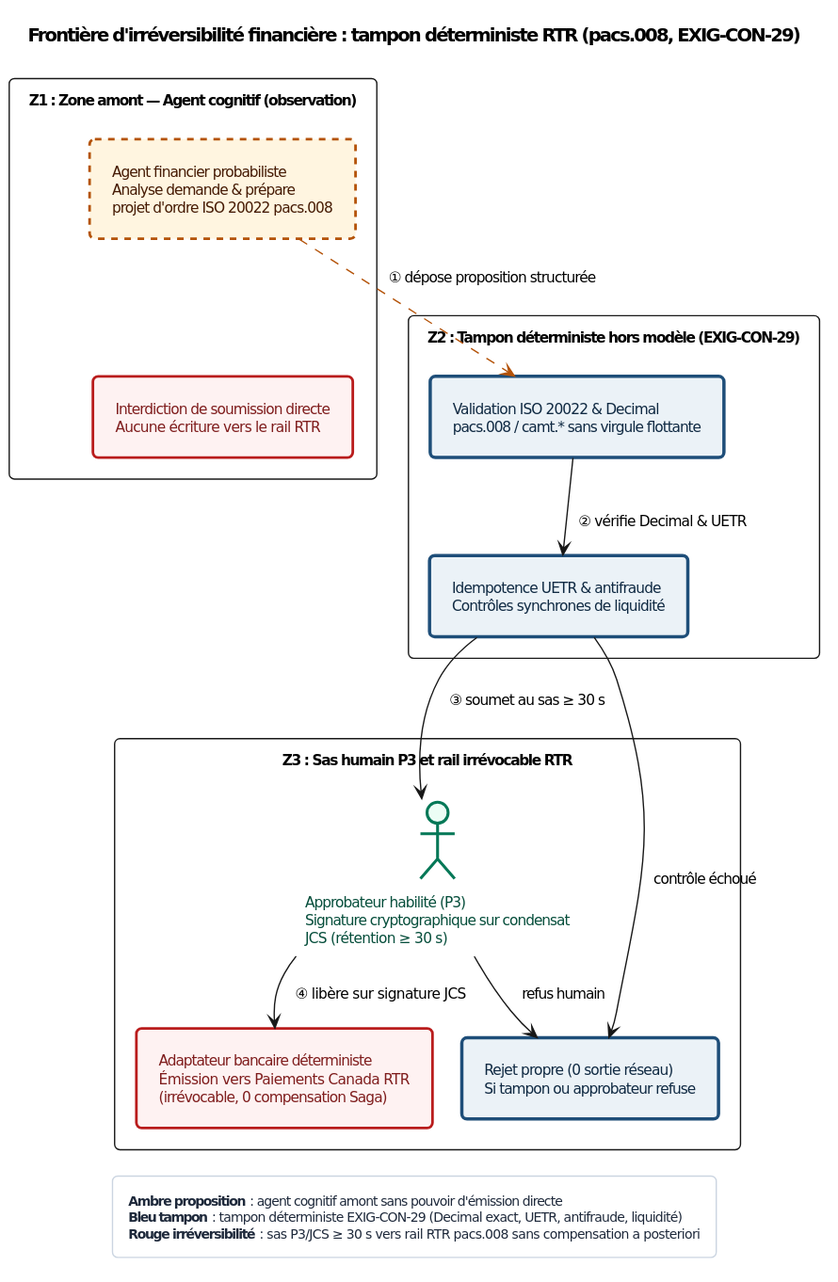
The PlantUML diagram Sources/Compendium/ouvrage/schemas/rendus/SCH-28-02.svg in agbruneau/Agentique, before a commit. The source it was exported from:
```plantuml
@startuml
<style>
document {
  BackgroundColor #FFFFFF
}
.det {
  BackgroundColor #EBF2F7
  LineColor #1E4E79
  LineThickness 2.5
  FontColor #0F2942
}
.prob {
  BackgroundColor #FFF5E0
  LineColor #B45309
  LineThickness 2.0
  LineStyle 5
  FontColor #451A03
}
.danger {
  BackgroundColor #FEF2F2
  LineColor #B91C1C
  LineThickness 2.0
  FontColor #7F1D1D
}
.ok {
  BackgroundColor #ECFDF5
  LineColor #047857
  LineThickness 2.2
  FontColor #064E3B
}
.ext {
  BackgroundColor #F3F4F6
  LineColor #4B5563
  LineThickness 1.5
  FontColor #111827
}
package {
  BackgroundColor #F8FAFC
  LineColor #64748B
  LineThickness 1.2
  FontColor #334155
}
legend {
  BackgroundColor #FFFFFF
  LineColor #CBD5E1
  FontColor #1E293B
  FontSize 10
}
</style>
hide stereotype
top to bottom direction
skinparam defaultFontName "DejaVu Sans"
skinparam defaultFontSize 11
skinparam shadowing false
skinparam roundcorner 8
skinparam packageStyle rectangle
skinparam nodesep 22
skinparam ranksep 26
skinparam padding 7

title Frontière d'irréversibilité financière : tampon déterministe RTR (pacs.008, EXIG-CON-29)
package "Z1 : Zone amont — Agent cognitif (observation)" {
  rectangle "Agent financier probabiliste\nAnalyse demande & prépare\nprojet d'ordre ISO 20022 pacs.008" as AGT <<prob>>
  rectangle "Interdiction de soumission directe\nAucune écriture vers le rail RTR" as STOP <<danger>>
}
package "Z2 : Tampon déterministe hors modèle (EXIG-CON-29)" {
  rectangle "Validation ISO 20022 & Decimal\npacs.008 / camt.* sans virgule flottante" as DEC <<det>>
  rectangle "Idempotence UETR & antifraude\nContrôles synchrones de liquidité" as UETR <<det>>
}
package "Z3 : Sas humain P3 et rail irrévocable RTR" {
  actor "Approbateur habilité (P3)\nSignature cryptographique sur condensat\nJCS (rétention ≥ 30 s)" as P3 <<ok>>
  rectangle "Adaptateur bancaire déterministe\nÉmission vers Paiements Canada RTR\n(irrévocable, 0 compensation Saga)" as RTR <<danger>>
  rectangle "Rejet propre (0 sortie réseau)\nSi tampon ou approbateur refuse" as REJ <<det>>
}
AGT .[#B45309].> DEC : ① dépose proposition structurée
AGT -[hidden]down-> STOP
DEC --> UETR : ② vérifie Decimal & UETR
UETR --> P3 : ③ soumet au sas ≥ 30 s
P3 --> RTR : ④ libère sur signature JCS
UETR --> REJ : contrôle échoué
P3 --> REJ : refus humain
legend bottom
  **Ambre proposition** : agent cognitif amont sans pouvoir d'émission directe
  **Bleu tampon** : tampon déterministe EXIG-CON-29 (Decimal exact, UETR, antifraude, liquidité)
  **Rouge irréversibilité** : sas P3/JCS ≥ 30 s vers rail RTR pacs.008 sans compensation a posteriori
end legend
@enduml
```
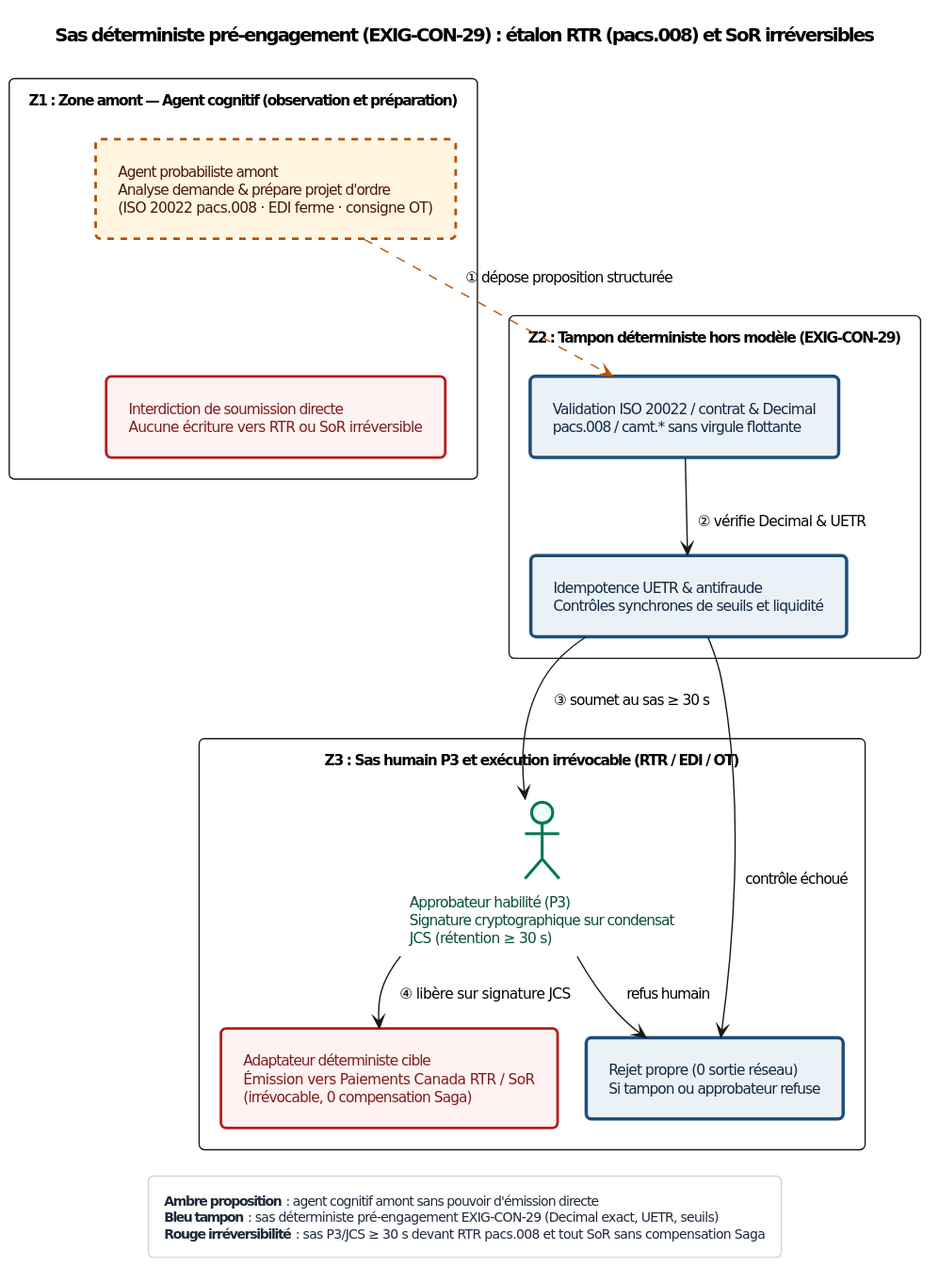
The same file after the commit.

What changed in the source:
```diff
@@ -58,18 +58,18 @@
 skinparam ranksep 26
 skinparam padding 7
 
-title Frontière d'irréversibilité financière : tampon déterministe RTR (pacs.008, EXIG-CON-29)
-package "Z1 : Zone amont — Agent cognitif (observation)" {
-  rectangle "Agent financier probabiliste\nAnalyse demande & prépare\nprojet d'ordre ISO 20022 pacs.008" as AGT <<prob>>
-  rectangle "Interdiction de soumission directe\nAucune écriture vers le rail RTR" as STOP <<danger>>
+title Sas déterministe pré-engagement (EXIG-CON-29) : étalon RTR (pacs.008) et SoR irréversibles
+package "Z1 : Zone amont — Agent cognitif (observation et préparation)" {
+  rectangle "Agent probabiliste amont\nAnalyse demande & prépare projet d'ordre\n(ISO 20022 pacs.008 · EDI ferme · consigne OT)" as AGT <<prob>>
+  rectangle "Interdiction de soumission directe\nAucune écriture vers RTR ou SoR irréversible" as STOP <<danger>>
 }
 package "Z2 : Tampon déterministe hors modèle (EXIG-CON-29)" {
-  rectangle "Validation ISO 20022 & Decimal\npacs.008 / camt.* sans virgule flottante" as DEC <<det>>
-  rectangle "Idempotence UETR & antifraude\nContrôles synchrones de liquidité" as UETR <<det>>
+  rectangle "Validation ISO 20022 / contrat & Decimal\npacs.008 / camt.* sans virgule flottante" as DEC <<det>>
+  rectangle "Idempotence UETR & antifraude\nContrôles synchrones de seuils et liquidité" as UETR <<det>>
 }
-package "Z3 : Sas humain P3 et rail irrévocable RTR" {
+package "Z3 : Sas humain P3 et exécution irrévocable (RTR / EDI / OT)" {
   actor "Approbateur habilité (P3)\nSignature cryptographique sur condensat\nJCS (rétention ≥ 30 s)" as P3 <<ok>>
-  rectangle "Adaptateur bancaire déterministe\nÉmission vers Paiements Canada RTR\n(irrévocable, 0 compensation Saga)" as RTR <<danger>>
+  rectangle "Adaptateur déterministe cible\nÉmission vers Paiements Canada RTR / SoR\n(irrévocable, 0 compensation Saga)" as RTR <<danger>>
   rectangle "Rejet propre (0 sortie réseau)\nSi tampon ou approbateur refuse" as REJ <<det>>
 }
 AGT .[#B45309].> DEC : ① dépose proposition structurée
@@ -81,7 +81,7 @@
 P3 --> REJ : refus humain
 legend bottom
   **Ambre proposition** : agent cognitif amont sans pouvoir d'émission directe
-  **Bleu tampon** : tampon déterministe EXIG-CON-29 (Decimal exact, UETR, antifraude, liquidité)
-  **Rouge irréversibilité** : sas P3/JCS ≥ 30 s vers rail RTR pacs.008 sans compensation a posteriori
+  **Bleu tampon** : sas déterministe pré-engagement EXIG-CON-29 (Decimal exact, UETR, seuils)
+  **Rouge irréversibilité** : sas P3/JCS ≥ 30 s devant RTR pacs.008 et tout SoR sans compensation Saga
 end legend
 @enduml
```
